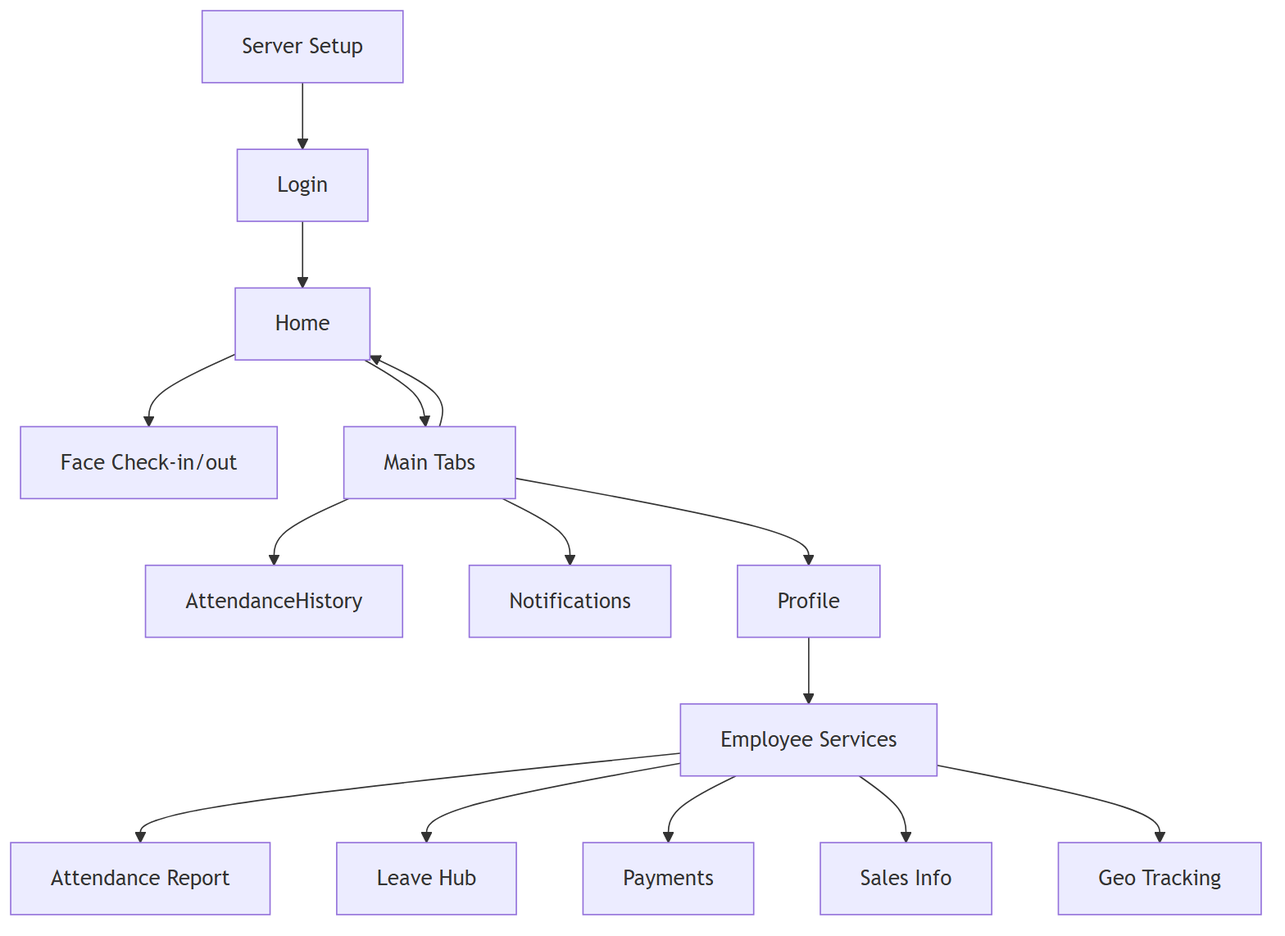
The Mermaid diagram docs/images/client-plan/04-navigation.png in Tanvirshibli/Attandance_App, before a commit. Its source is kept beside it as docs/diagrams/client-plan/04-navigation.mmd. Source of this version:
```mermaid
flowchart TD
  Bootstrap[Server Setup] --> Login
  Login --> Home
  Home --> CheckIn[Face Check-in/out]
  Home --> Shell[Main Tabs]
  Shell --> Home
  Shell --> AttendanceHistory
  Shell --> Notifications
  Shell --> Profile
  Profile --> Services[Employee Services]
  Services --> AttReport[Attendance Report]
  Services --> Leave[Leave Hub]
  Services --> Payment[Payments]
  Services --> Sales[Sales Info]
  Services --> Geo[Geo Tracking]
```
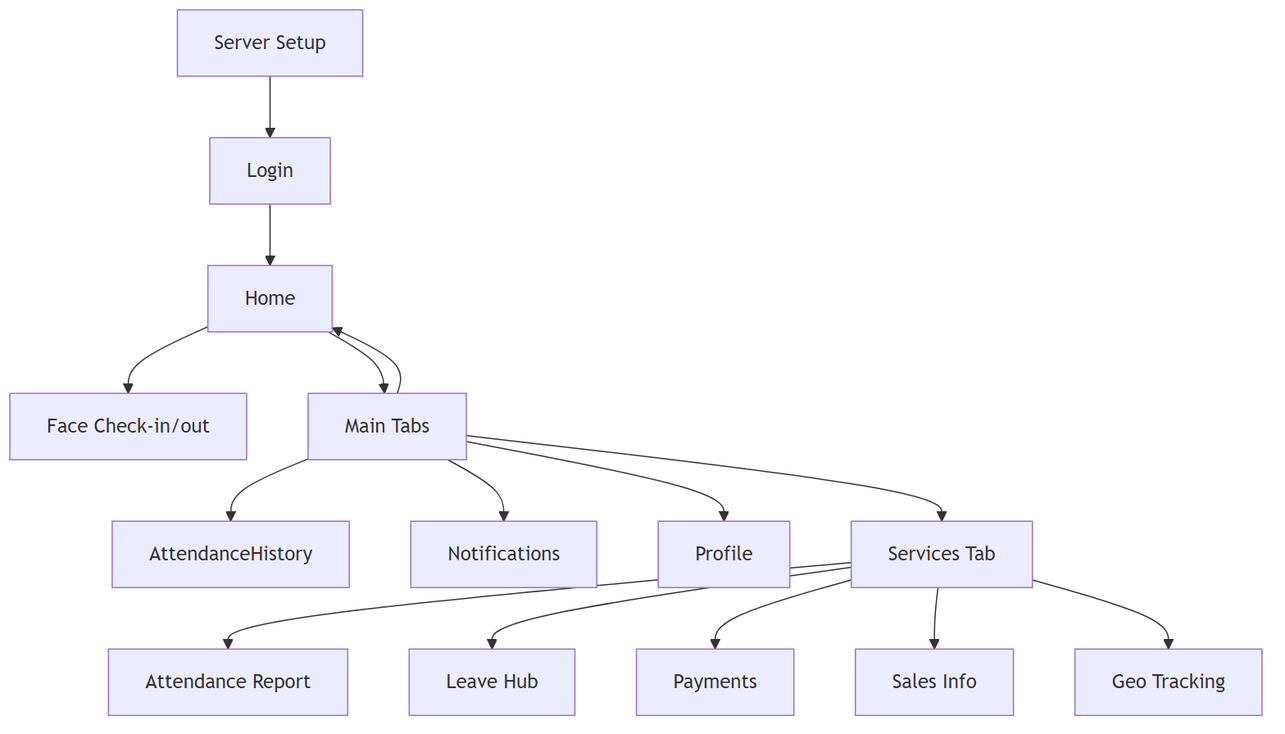
Above is the later version.

Diff of the diagram source:
```diff
@@ -7,7 +7,7 @@
   Shell --> AttendanceHistory
   Shell --> Notifications
   Shell --> Profile
-  Profile --> Services[Employee Services]
+  Shell --> Services[Services Tab]
   Services --> AttReport[Attendance Report]
   Services --> Leave[Leave Hub]
   Services --> Payment[Payments]
```
